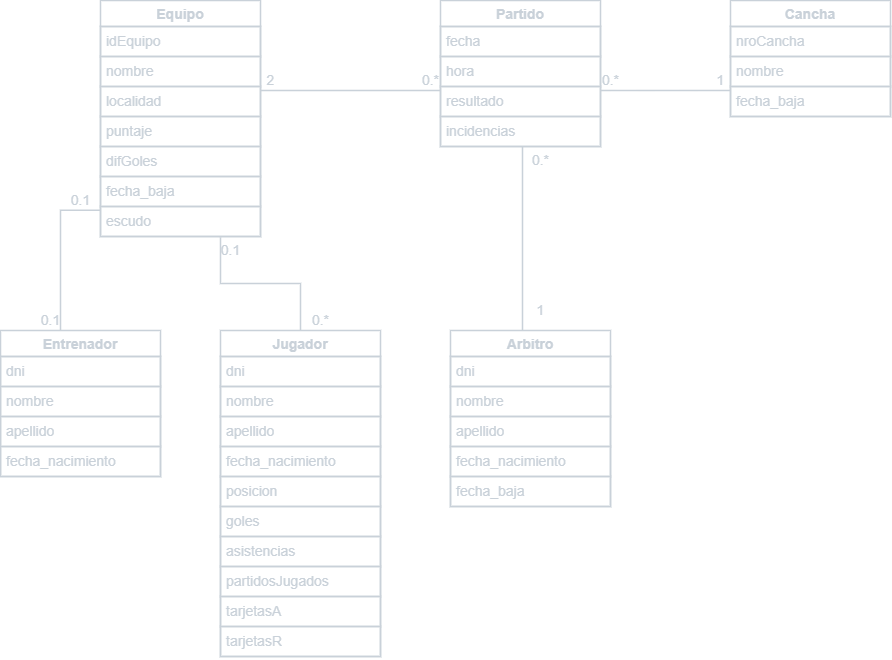
The draw.io diagram imgs/javaLigaFutbol.png in seba9988/TpJava, before a commit. Source tidied: cells renumbered, new cells last; positions are measured from the earlier drawing's top-left corner, leaving out a move shared by most shapes.
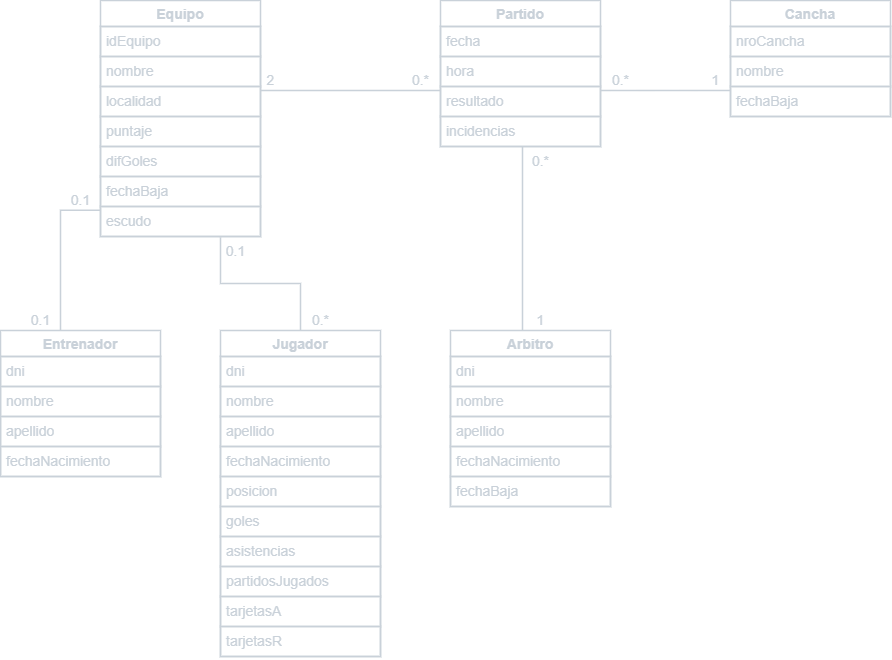
After the change.

Change to the diagram source:
```diff
@@ -20,7 +20,7 @@
     <mxCell id="7" value="difGoles" style="text;strokeColor=#C9D1D9;fillColor=none;spacingLeft=4;spacingRight=4;overflow=hidden;fontSize=14;fontColor=#C9D1D9;strokeWidth=1.5;" parent="2" vertex="1">
       <mxGeometry y="146" width="160" height="30" as="geometry" />
     </mxCell>
-    <mxCell id="8" value="fecha_baja" style="text;strokeColor=#C9D1D9;fillColor=none;spacingLeft=4;spacingRight=4;overflow=hidden;fontSize=14;fontColor=#C9D1D9;strokeWidth=1.5;" parent="2" vertex="1">
+    <mxCell id="8" value="fechaBaja" style="text;strokeColor=#C9D1D9;fillColor=none;spacingLeft=4;spacingRight=4;overflow=hidden;fontSize=14;fontColor=#C9D1D9;strokeWidth=1.5;" parent="2" vertex="1">
       <mxGeometry y="176" width="160" height="30" as="geometry" />
     </mxCell>
     <mxCell id="9" value="escudo" style="text;strokeColor=#C9D1D9;fillColor=none;spacingLeft=4;spacingRight=4;overflow=hidden;points=[[0,0.5],[1,0.5]];portConstraint=eastwest;fontSize=14;fontColor=#C9D1D9;strokeWidth=1.5;" parent="2" vertex="1">
@@ -35,7 +35,7 @@
     <mxCell id="12" value="nombre" style="text;strokeColor=#C9D1D9;fillColor=none;spacingLeft=4;spacingRight=4;overflow=hidden;fontSize=14;fontColor=#C9D1D9;strokeWidth=1.5;" parent="10" vertex="1">
       <mxGeometry y="56" width="160" height="30" as="geometry" />
     </mxCell>
-    <mxCell id="13" value="fecha_baja" style="text;strokeColor=#C9D1D9;fillColor=none;spacingLeft=4;spacingRight=4;overflow=hidden;points=[[0,0.5],[1,0.5]];portConstraint=eastwest;fontSize=14;fontColor=#C9D1D9;strokeWidth=1.5;" parent="10" vertex="1">
+    <mxCell id="13" value="fechaBaja" style="text;strokeColor=#C9D1D9;fillColor=none;spacingLeft=4;spacingRight=4;overflow=hidden;points=[[0,0.5],[1,0.5]];portConstraint=eastwest;fontSize=14;fontColor=#C9D1D9;strokeWidth=1.5;" parent="10" vertex="1">
       <mxGeometry y="86" width="160" height="30" as="geometry" />
     </mxCell>
     <mxCell id="14" value="Entrenador" style="swimlane;fontStyle=1;horizontal=1;startSize=26;align=center;fontSize=14;strokeColor=#C9D1D9;fontColor=#C9D1D9;fillColor=none;strokeWidth=1.5;" parent="1" vertex="1">
@@ -50,7 +50,7 @@
     <mxCell id="17" value="apellido" style="text;strokeColor=#C9D1D9;fillColor=none;spacingLeft=4;spacingRight=4;overflow=hidden;fontSize=14;fontColor=#C9D1D9;strokeWidth=1.5;" parent="14" vertex="1">
       <mxGeometry y="86" width="160" height="30" as="geometry" />
     </mxCell>
-    <mxCell id="18" value="fecha_nacimiento" style="text;strokeColor=#C9D1D9;fillColor=none;spacingLeft=4;spacingRight=4;overflow=hidden;fontSize=14;fontColor=#C9D1D9;strokeWidth=1.5;" parent="14" vertex="1">
+    <mxCell id="18" value="fechaNacimiento" style="text;strokeColor=#C9D1D9;fillColor=none;spacingLeft=4;spacingRight=4;overflow=hidden;fontSize=14;fontColor=#C9D1D9;strokeWidth=1.5;" parent="14" vertex="1">
       <mxGeometry y="116" width="160" height="30" as="geometry" />
     </mxCell>
     <mxCell id="19" value="Jugador" style="swimlane;fontStyle=1;horizontal=1;startSize=26;align=center;fontSize=14;strokeColor=#C9D1D9;fontColor=#C9D1D9;fillColor=none;strokeWidth=1.5;" parent="1" vertex="1">
@@ -65,7 +65,7 @@
     <mxCell id="22" value="apellido" style="text;strokeColor=#C9D1D9;fillColor=none;spacingLeft=4;spacingRight=4;overflow=hidden;fontSize=14;fontColor=#C9D1D9;strokeWidth=1.5;" parent="19" vertex="1">
       <mxGeometry y="86" width="160" height="30" as="geometry" />
     </mxCell>
-    <mxCell id="23" value="fecha_nacimiento" style="text;strokeColor=#C9D1D9;fillColor=none;spacingLeft=4;spacingRight=4;overflow=hidden;fontSize=14;fontColor=#C9D1D9;strokeWidth=1.5;" parent="19" vertex="1">
+    <mxCell id="23" value="fechaNacimiento" style="text;strokeColor=#C9D1D9;fillColor=none;spacingLeft=4;spacingRight=4;overflow=hidden;fontSize=14;fontColor=#C9D1D9;strokeWidth=1.5;" parent="19" vertex="1">
       <mxGeometry y="116" width="160" height="30" as="geometry" />
     </mxCell>
     <mxCell id="24" value="posicion" style="text;strokeColor=#C9D1D9;fillColor=none;spacingLeft=4;spacingRight=4;overflow=hidden;fontSize=14;fontColor=#C9D1D9;strokeWidth=1.5;" parent="19" vertex="1">
@@ -113,10 +113,10 @@
     <mxCell id="38" value="apellido" style="text;strokeColor=#C9D1D9;fillColor=none;spacingLeft=4;spacingRight=4;overflow=hidden;fontSize=14;fontColor=#C9D1D9;strokeWidth=1.5;" parent="35" vertex="1">
       <mxGeometry y="86" width="160" height="30" as="geometry" />
     </mxCell>
-    <mxCell id="39" value="fecha_nacimiento" style="text;strokeColor=#C9D1D9;fillColor=none;spacingLeft=4;spacingRight=4;overflow=hidden;fontSize=14;fontColor=#C9D1D9;strokeWidth=1.5;" parent="35" vertex="1">
+    <mxCell id="39" value="fechaNacimiento" style="text;strokeColor=#C9D1D9;fillColor=none;spacingLeft=4;spacingRight=4;overflow=hidden;fontSize=14;fontColor=#C9D1D9;strokeWidth=1.5;" parent="35" vertex="1">
       <mxGeometry y="116" width="160" height="30" as="geometry" />
     </mxCell>
-    <mxCell id="40" value="fecha_baja" style="text;strokeColor=#C9D1D9;fillColor=none;spacingLeft=4;spacingRight=4;overflow=hidden;fontSize=14;fontColor=#C9D1D9;strokeWidth=1.5;" parent="35" vertex="1">
+    <mxCell id="40" value="fechaBaja" style="text;strokeColor=#C9D1D9;fillColor=none;spacingLeft=4;spacingRight=4;overflow=hidden;fontSize=14;fontColor=#C9D1D9;strokeWidth=1.5;" parent="35" vertex="1">
       <mxGeometry y="146" width="160" height="30" as="geometry" />
     </mxCell>
     <mxCell id="41" style="endArrow=none;html=1;rounded=0;exitX=-0.002;exitY=0.124;exitDx=0;exitDy=0;exitPerimeter=0;entryX=0.375;entryY=0;entryDx=0;entryDy=0;entryPerimeter=0;edgeStyle=orthogonalEdgeStyle;strokeColor=#C9D1D9;fontColor=#C9D1D9;fontSize=14;strokeWidth=1.5;" parent="1" edge="1" source="9" target="14">
@@ -126,13 +126,13 @@
       <mxGeometry x="60" y="185" width="40" height="30" as="geometry" />
     </mxCell>
     <mxCell id="43" value="0.1" style="text;html=1;align=center;verticalAlign=middle;fillColor=none;fontColor=#C9D1D9;fontSize=14;strokeColor=none;strokeWidth=1.5;" parent="1" vertex="1">
-      <mxGeometry x="30" y="305" width="40" height="30" as="geometry" />
+      <mxGeometry x="20" y="305" width="40" height="30" as="geometry" />
     </mxCell>
     <mxCell id="44" style="endArrow=none;html=1;rounded=0;exitX=0.75;exitY=1.022;exitDx=0;exitDy=0;exitPerimeter=0;entryX=0.5;entryY=0;entryDx=0;entryDy=0;edgeStyle=orthogonalEdgeStyle;strokeColor=#C9D1D9;fontColor=#C9D1D9;fontSize=14;strokeWidth=1.5;" parent="1" edge="1" source="9" target="19">
       <mxGeometry relative="1" as="geometry" />
     </mxCell>
     <mxCell id="45" value="0.1" style="text;html=1;align=center;verticalAlign=middle;fillColor=none;fontColor=#C9D1D9;fontSize=14;strokeColor=none;strokeWidth=1.5;" parent="1" vertex="1">
-      <mxGeometry x="210" y="235" width="40" height="30" as="geometry" />
+      <mxGeometry x="215" y="236" width="40" height="30" as="geometry" />
     </mxCell>
     <mxCell id="46" value="0.*" style="text;html=1;align=center;verticalAlign=middle;fillColor=none;fontColor=#C9D1D9;fontSize=14;strokeColor=none;strokeWidth=1.5;" parent="1" vertex="1">
       <mxGeometry x="300" y="305" width="40" height="30" as="geometry" />
@@ -149,7 +149,7 @@
       <mxGeometry x="255" y="65" width="30" height="30" as="geometry" />
     </mxCell>
     <mxCell id="49" value="0.*" style="text;html=1;align=center;verticalAlign=middle;fillColor=none;fontColor=#C9D1D9;fontSize=14;strokeColor=none;strokeWidth=1.5;" parent="1" vertex="1">
-      <mxGeometry x="410" y="65" width="40" height="30" as="geometry" />
+      <mxGeometry x="400" y="65" width="40" height="30" as="geometry" />
     </mxCell>
     <mxCell id="50" style="endArrow=none;html=1;rounded=0;edgeStyle=orthogonalEdgeStyle;strokeColor=#C9D1D9;fontColor=#C9D1D9;fontSize=14;strokeWidth=1.5;" parent="1" edge="1">
       <mxGeometry relative="1" as="geometry">
@@ -161,10 +161,10 @@
       </mxGeometry>
     </mxCell>
     <mxCell id="51" value="1" style="text;html=1;align=center;verticalAlign=middle;fillColor=none;fontColor=#C9D1D9;fontSize=14;strokeColor=none;strokeWidth=1.5;" parent="1" vertex="1">
-      <mxGeometry x="525" y="295" width="30" height="30" as="geometry" />
+      <mxGeometry x="525" y="305" width="30" height="30" as="geometry" />
     </mxCell>
     <mxCell id="52" value="0.*" style="text;html=1;align=center;verticalAlign=middle;fillColor=none;fontColor=#C9D1D9;fontSize=14;strokeColor=none;strokeWidth=1.5;" parent="1" vertex="1">
-      <mxGeometry x="520" y="145" width="40" height="30" as="geometry" />
+      <mxGeometry x="520" y="146" width="40" height="30" as="geometry" />
     </mxCell>
     <mxCell id="53" style="endArrow=none;html=1;rounded=0;entryX=0;entryY=0.133;entryDx=0;entryDy=0;entryPerimeter=0;strokeColor=#C9D1D9;fontColor=#C9D1D9;fontSize=14;strokeWidth=1.5;" parent="1" edge="1" target="13">
       <mxGeometry relative="1" as="geometry">
@@ -172,10 +172,10 @@
       </mxGeometry>
     </mxCell>
     <mxCell id="54" value="0.*" style="text;html=1;align=center;verticalAlign=middle;fillColor=none;fontColor=#C9D1D9;fontSize=14;strokeColor=none;strokeWidth=1.5;" parent="1" vertex="1">
-      <mxGeometry x="590" y="65" width="40" height="30" as="geometry" />
+      <mxGeometry x="600" y="65" width="40" height="30" as="geometry" />
     </mxCell>
     <mxCell id="55" value="1" style="text;html=1;align=center;verticalAlign=middle;fillColor=none;fontColor=#C9D1D9;fontSize=14;strokeColor=none;strokeWidth=1.5;" parent="1" vertex="1">
-      <mxGeometry x="705" y="65" width="30" height="30" as="geometry" />
+      <mxGeometry x="700" y="65" width="30" height="30" as="geometry" />
     </mxCell>
   </root>
 </mxGraphModel>
```
